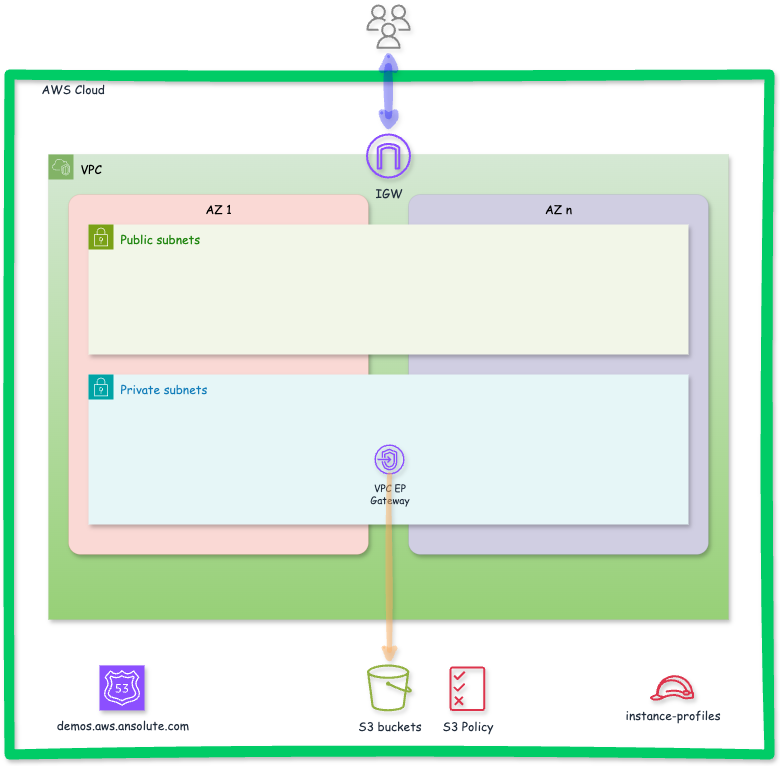
Above: infra/aws/images/base-infra-default.png in ytensor42/dev-sec-ops (draw.io), before the change. Source tidied: cells renumbered, new cells last; positions are measured from the earlier drawing's top-left corner, leaving out a move shared by most shapes. The source it was exported from:
```xml
<mxGraphModel>
  <root>
    <mxCell id="0" />
    <mxCell id="1" parent="0" />
    <mxCell id="2" value="AWS Cloud" style="gradientColor=none;html=1;whiteSpace=wrap;fontSize=12;fontStyle=0;shape=mxgraph.aws4.group;grIcon=mxgraph.aws4.group_aws_cloud;strokeColor=#00CC66;fillColor=none;verticalAlign=top;align=left;spacingLeft=30;fontColor=#232F3E;dashed=0;strokeWidth=10;sketch=1;curveFitting=1;jiggle=2;shadow=1;fontFamily=Comic Sans MS;" parent="1" vertex="1">
      <mxGeometry y="70" width="760" height="680" as="geometry" />
    </mxCell>
    <mxCell id="3" value="VPC" style="gradientColor=#97d077;html=1;whiteSpace=wrap;fontSize=12;fontStyle=0;shape=mxgraph.aws4.group;grIcon=mxgraph.aws4.group_vpc2;strokeColor=#82b366;fillColor=#d5e8d4;verticalAlign=top;align=left;spacingLeft=30;dashed=0;strokeWidth=0;shadow=1;fontFamily=Comic Sans MS;" parent="2" vertex="1">
      <mxGeometry x="39" y="80" width="680" height="465" as="geometry" />
    </mxCell>
    <mxCell id="4" value="AZ 1" style="fillColor=#fad9d5;strokeColor=#ae4132;dashed=1;verticalAlign=top;fontStyle=0;whiteSpace=wrap;html=1;strokeWidth=0;rounded=1;arcSize=4;shadow=1;fontFamily=Comic Sans MS;" parent="3" vertex="1">
      <mxGeometry x="20" y="40" width="300" height="360" as="geometry" />
    </mxCell>
    <mxCell id="5" value="AZ n" style="fillColor=#d0cee2;strokeColor=#56517e;dashed=1;verticalAlign=top;fontStyle=0;whiteSpace=wrap;html=1;strokeWidth=0;fontFamily=Comic Sans MS;arcSize=4;shadow=1;rounded=1;" parent="3" vertex="1">
      <mxGeometry x="360" y="40" width="300" height="360" as="geometry" />
    </mxCell>
    <mxCell id="6" value="Public subnets" style="gradientColor=none;html=1;whiteSpace=wrap;fontSize=12;fontStyle=0;shape=mxgraph.aws4.group;grIcon=mxgraph.aws4.group_security_group;grStroke=0;strokeColor=#7AA116;fillColor=#F2F6E8;verticalAlign=top;align=left;spacingLeft=30;fontColor=#248814;dashed=0;fontFamily=Comic Sans MS;shadow=1;" parent="3" vertex="1">
      <mxGeometry x="40" y="70" width="600" height="130" as="geometry" />
    </mxCell>
    <mxCell id="7" value="Private subnets" style="gradientColor=none;html=1;whiteSpace=wrap;fontSize=12;fontStyle=0;shape=mxgraph.aws4.group;grIcon=mxgraph.aws4.group_security_group;grStroke=0;strokeColor=#00A4A6;fillColor=#E6F6F7;verticalAlign=top;align=left;spacingLeft=30;fontColor=#147EBA;dashed=0;fontFamily=Comic Sans MS;shadow=1;" parent="3" vertex="1">
      <mxGeometry x="40" y="220" width="600" height="150" as="geometry" />
    </mxCell>
    <mxCell id="8" value="VPC EP&lt;div&gt;Gateway&lt;/div&gt;" style="sketch=0;outlineConnect=0;fontColor=#232F3E;gradientColor=none;fillColor=#8C4FFF;strokeColor=none;dashed=0;verticalLabelPosition=bottom;verticalAlign=top;align=center;html=1;fontSize=10;fontStyle=0;shape=mxgraph.aws4.endpoints;fontFamily=Comic Sans MS;shadow=1;" parent="7" vertex="1">
      <mxGeometry x="286" y="70" width="30" height="30" as="geometry" />
    </mxCell>
    <mxCell id="9" value="IGW" style="sketch=0;outlineConnect=0;fontColor=#232F3E;gradientColor=none;fillColor=#8C4FFF;strokeColor=none;dashed=0;verticalLabelPosition=bottom;verticalAlign=top;align=center;html=1;fontSize=12;fontStyle=0;shape=mxgraph.aws4.internet_gateway;shadow=1;fontFamily=Comic Sans MS;" parent="2" vertex="1">
      <mxGeometry x="356.5" y="59" width="45" height="45" as="geometry" />
    </mxCell>
    <mxCell id="10" value="S3 buckets" style="sketch=0;outlineConnect=0;fontColor=#232F3E;gradientColor=none;fillColor=#7AA116;strokeColor=none;dashed=0;verticalLabelPosition=bottom;verticalAlign=top;align=center;html=1;fontSize=12;fontStyle=0;shape=mxgraph.aws4.bucket;opacity=80;fontFamily=Comic Sans MS;shadow=1;" parent="2" vertex="1">
      <mxGeometry x="357.5" y="590" width="45" height="46.8" as="geometry" />
    </mxCell>
    <mxCell id="11" style="rounded=0;jettySize=auto;html=1;strokeColor=#FFB366;strokeWidth=5;opacity=50;shadow=1;sketch=1;curveFitting=1;jiggle=2;" parent="2" edge="1" source="8" target="10">
      <mxGeometry relative="1" as="geometry" />
    </mxCell>
    <mxCell id="12" value="demos.aws.ansolute.com" style="sketch=0;fontColor=#232F3E;fillColor=#8C4FFF;strokeColor=#ffffff;dashed=0;verticalLabelPosition=bottom;verticalAlign=top;align=center;html=1;fontSize=12;fontStyle=0;shape=mxgraph.aws4.resourceIcon;resIcon=mxgraph.aws4.route_53;fontFamily=Comic Sans MS;shadow=1;" parent="2" vertex="1">
      <mxGeometry x="90" y="590.9" width="45" height="45" as="geometry" />
    </mxCell>
    <mxCell id="13" value="instance-profiles" style="sketch=0;fontColor=#232F3E;gradientColor=none;fillColor=#DD344C;strokeColor=none;dashed=0;verticalLabelPosition=bottom;verticalAlign=top;align=center;html=1;fontSize=12;fontStyle=0;shape=mxgraph.aws4.role;shadow=1;fontFamily=Comic Sans MS;" parent="2" vertex="1">
      <mxGeometry x="640" y="600.7" width="45" height="25.4" as="geometry" />
    </mxCell>
    <mxCell id="14" value="S3 Policy" style="sketch=0;fontColor=#232F3E;gradientColor=none;fillColor=#DD344C;strokeColor=none;dashed=0;verticalLabelPosition=bottom;verticalAlign=top;align=center;html=1;fontSize=12;fontStyle=0;shape=mxgraph.aws4.permissions;fontFamily=Comic Sans MS;shadow=1;" parent="2" vertex="1">
      <mxGeometry x="440" y="591.8" width="35.8" height="45" as="geometry" />
    </mxCell>
    <mxCell id="15" style="rounded=0;jettySize=auto;html=1;strokeColor=#0000FF;startArrow=classic;startFill=1;strokeWidth=7;opacity=30;sketch=1;curveFitting=1;jiggle=2;shadow=1;" parent="1" edge="1" source="16" target="9">
      <mxGeometry relative="1" as="geometry" />
    </mxCell>
    <mxCell id="16" style="sketch=0;outlineConnect=0;fontColor=#232F3E;gradientColor=none;fillColor=#1A1A1A;strokeColor=none;dashed=0;verticalLabelPosition=bottom;verticalAlign=top;align=center;html=1;fontSize=12;fontStyle=0;shape=mxgraph.aws4.users;shadow=1;opacity=50;" parent="1" vertex="1">
      <mxGeometry x="356.9" width="44.3" height="44.3" as="geometry" />
    </mxCell>
  </root>
</mxGraphModel>
```
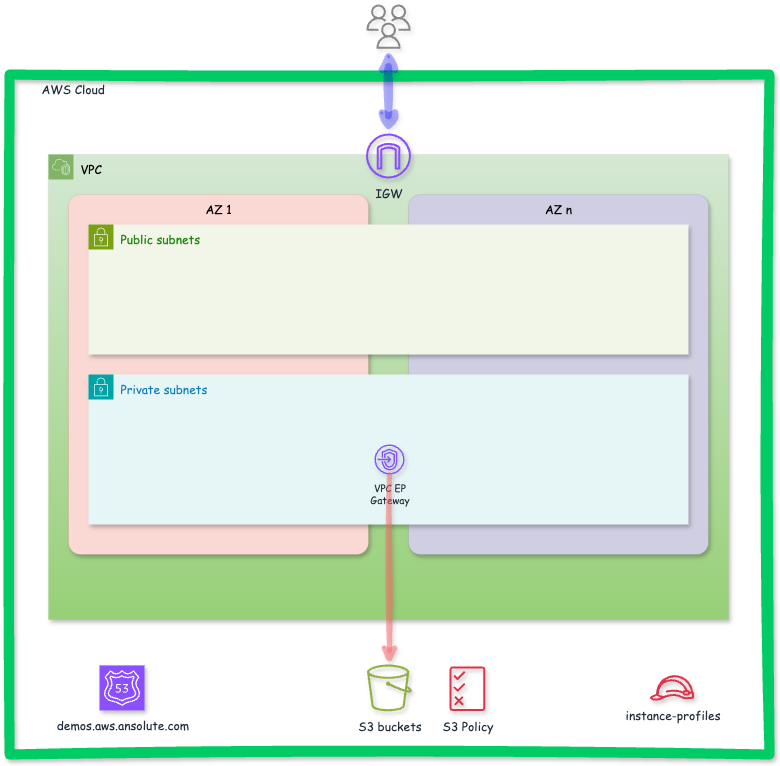
After the change.

The edit, as a diff of the source:
```diff
@@ -29,7 +29,7 @@
     <mxCell id="10" value="S3 buckets" style="sketch=0;outlineConnect=0;fontColor=#232F3E;gradientColor=none;fillColor=#7AA116;strokeColor=none;dashed=0;verticalLabelPosition=bottom;verticalAlign=top;align=center;html=1;fontSize=12;fontStyle=0;shape=mxgraph.aws4.bucket;opacity=80;fontFamily=Comic Sans MS;shadow=1;" parent="2" vertex="1">
       <mxGeometry x="357.5" y="590" width="45" height="46.8" as="geometry" />
     </mxCell>
-    <mxCell id="11" style="rounded=0;jettySize=auto;html=1;strokeColor=#FFB366;strokeWidth=5;opacity=50;shadow=1;sketch=1;curveFitting=1;jiggle=2;" parent="2" edge="1" source="8" target="10">
+    <mxCell id="11" style="rounded=0;jettySize=auto;html=1;strokeColor=#FF6666;strokeWidth=5;opacity=50;shadow=1;sketch=1;curveFitting=1;jiggle=2;" parent="2" edge="1" source="8" target="10">
       <mxGeometry relative="1" as="geometry" />
     </mxCell>
     <mxCell id="12" value="demos.aws.ansolute.com" style="sketch=0;fontColor=#232F3E;fillColor=#8C4FFF;strokeColor=#ffffff;dashed=0;verticalLabelPosition=bottom;verticalAlign=top;align=center;html=1;fontSize=12;fontStyle=0;shape=mxgraph.aws4.resourceIcon;resIcon=mxgraph.aws4.route_53;fontFamily=Comic Sans MS;shadow=1;" parent="2" vertex="1">
```
